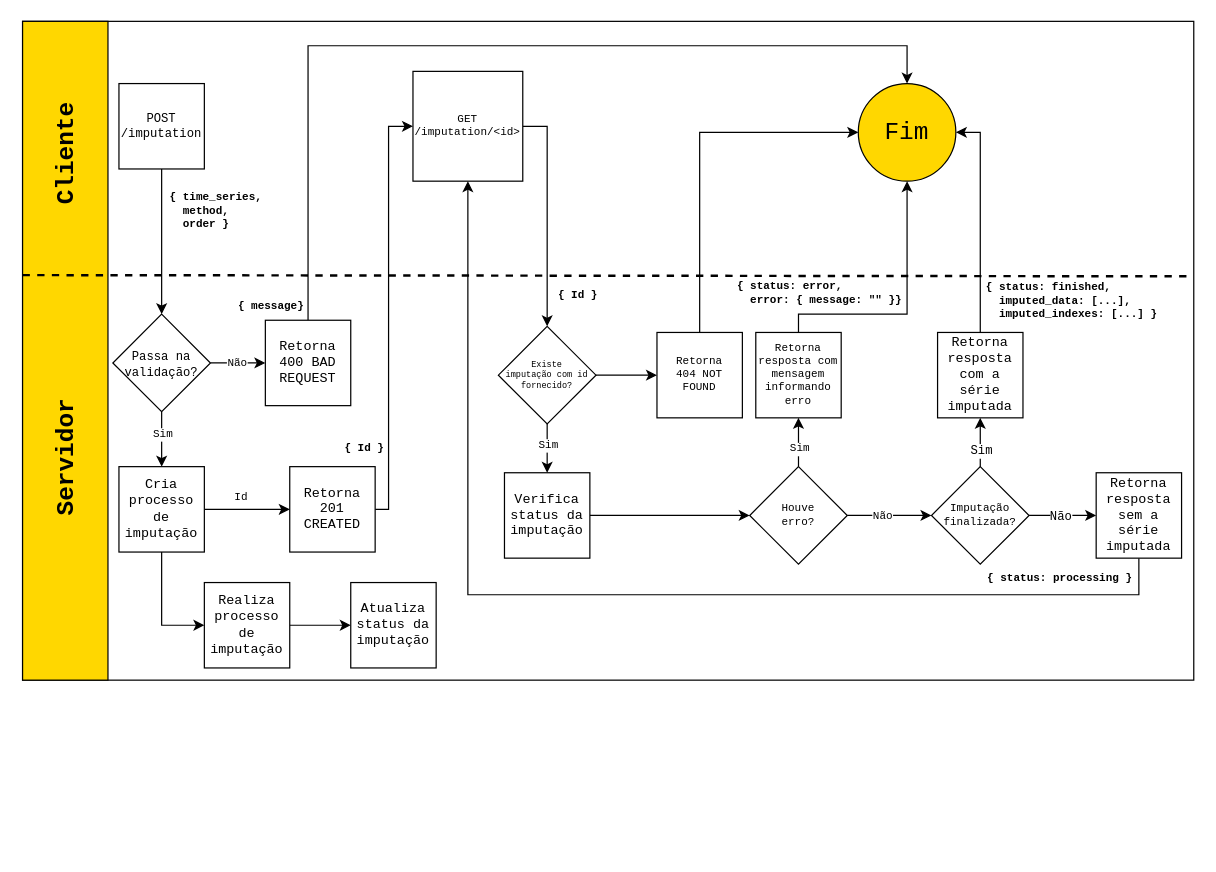
j-abreu/imputation-web-service keeps this draw.io diagram as images/Diagrama sem nome.drawio. Above is the earlier version. Source tidied: cells renumbered, new cells numbered last; positions are measured from the earlier drawing's top-left corner, leaving out a move shared by most shapes. Both pictures are drawn from the tidied source at 122%, with x=0, y=0 at pixel (-15, 21).
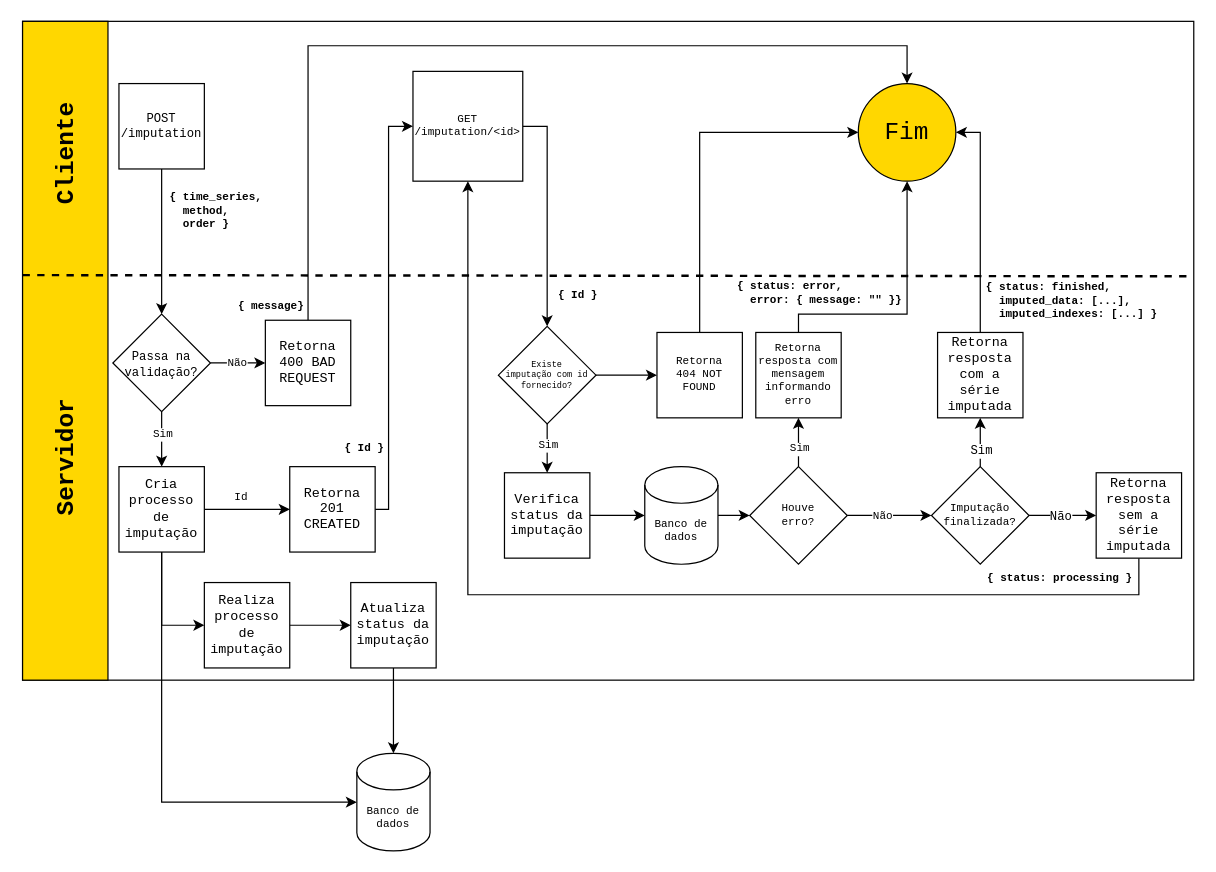
The same diagram, later.

The change refers to these unchanged cells:
```xml
<mxCell id="19" value="&lt;font style=&quot;font-size: 11px;&quot;&gt;Cria processo de imputação&lt;/font&gt;" style="whiteSpace=wrap;html=1;labelBackgroundColor=none;fontFamily=Courier New;fontSize=11;fillColor=default;" parent="1" vertex="1">
  <mxGeometry x="109" y="365" width="70" height="70" as="geometry" />
</mxCell>
<mxCell id="23" value="&lt;font style=&quot;font-size: 11px;&quot;&gt;Verifica status da imputação&lt;/font&gt;" style="whiteSpace=wrap;html=1;labelBackgroundColor=none;fontFamily=Courier New;fontSize=11;fillColor=default;" parent="1" vertex="1">
  <mxGeometry x="425" y="370" width="70" height="70" as="geometry" />
</mxCell>
<mxCell id="29" value="Houve&lt;br&gt;erro?" style="rhombus;whiteSpace=wrap;html=1;labelBackgroundColor=none;fontFamily=Courier New;fontSize=9;fillColor=default;" parent="1" vertex="1">
  <mxGeometry x="626" y="365" width="80" height="80" as="geometry" />
</mxCell>
<mxCell id="58" value="Atualiza status da imputação" style="whiteSpace=wrap;html=1;labelBackgroundColor=none;fontFamily=Courier New;fontSize=11;fillColor=default;" parent="1" vertex="1">
  <mxGeometry x="299" y="460" width="70" height="70" as="geometry" />
</mxCell>
```

What changed in the source:
```diff
@@
+    <mxCell id="59" style="edgeStyle=orthogonalEdgeStyle;rounded=0;jettySize=auto;html=1;entryX=0;entryY=0.5;entryDx=0;entryDy=0;entryPerimeter=0;strokeWidth=1;fontFamily=Courier New;fontSize=9;" parent="1" edge="1" source="19" target="61">
+      <mxGeometry relative="1" as="geometry">
+        <Array as="points">
+          <mxPoint x="144" y="640" />
+        </Array>
+      </mxGeometry>
+    </mxCell>
@@
-    <mxCell id="22" style="edgeStyle=orthogonalEdgeStyle;rounded=0;jettySize=auto;html=1;fontFamily=Courier New;fontSize=9;exitX=1;exitY=0.5;exitDx=0;exitDy=0;" parent="1" edge="1" source="23" target="29">
+    <mxCell id="22" style="edgeStyle=orthogonalEdgeStyle;rounded=0;jettySize=auto;html=1;fontFamily=Courier New;fontSize=9;exitX=1;exitY=0.5;exitDx=0;exitDy=0;entryX=0;entryY=0.5;entryDx=0;entryDy=0;entryPerimeter=0;" parent="1" edge="1" source="23" target="63">
       <mxGeometry relative="1" as="geometry" />
     </mxCell>
@@
+    <mxCell id="60" style="edgeStyle=orthogonalEdgeStyle;rounded=0;jettySize=auto;html=1;entryX=0.5;entryY=0;entryDx=0;entryDy=0;entryPerimeter=0;strokeWidth=1;fontFamily=Courier New;fontSize=9;" parent="1" edge="1" source="58" target="61">
+      <mxGeometry relative="1" as="geometry">
+        <Array as="points">
+          <mxPoint x="334" y="590" />
+        </Array>
+      </mxGeometry>
+    </mxCell>
@@
+    <mxCell id="61" value="&lt;font style=&quot;font-size: 9px;&quot;&gt;Banco de dados&lt;/font&gt;" style="shape=cylinder3;whiteSpace=wrap;html=1;boundedLbl=1;backgroundOutline=1;size=15;labelBackgroundColor=none;strokeColor=#000000;fontFamily=Courier New;fontSize=7;fillColor=default;" parent="1" vertex="1">
+      <mxGeometry x="304" y="600" width="60" height="80" as="geometry" />
+    </mxCell>
+    <mxCell id="62" style="edgeStyle=orthogonalEdgeStyle;rounded=0;jettySize=auto;html=1;entryX=0;entryY=0.5;entryDx=0;entryDy=0;strokeWidth=1;fontFamily=Courier New;fontSize=9;" parent="1" edge="1" source="63" target="29">
+      <mxGeometry relative="1" as="geometry" />
+    </mxCell>
+    <mxCell id="63" value="&lt;font style=&quot;font-size: 9px;&quot;&gt;Banco de dados&lt;/font&gt;" style="shape=cylinder3;whiteSpace=wrap;html=1;boundedLbl=1;backgroundOutline=1;size=15;labelBackgroundColor=none;strokeColor=#000000;fontFamily=Courier New;fontSize=7;fillColor=default;" parent="1" vertex="1">
+      <mxGeometry x="540" y="365" width="60" height="80" as="geometry" />
+    </mxCell>
```
